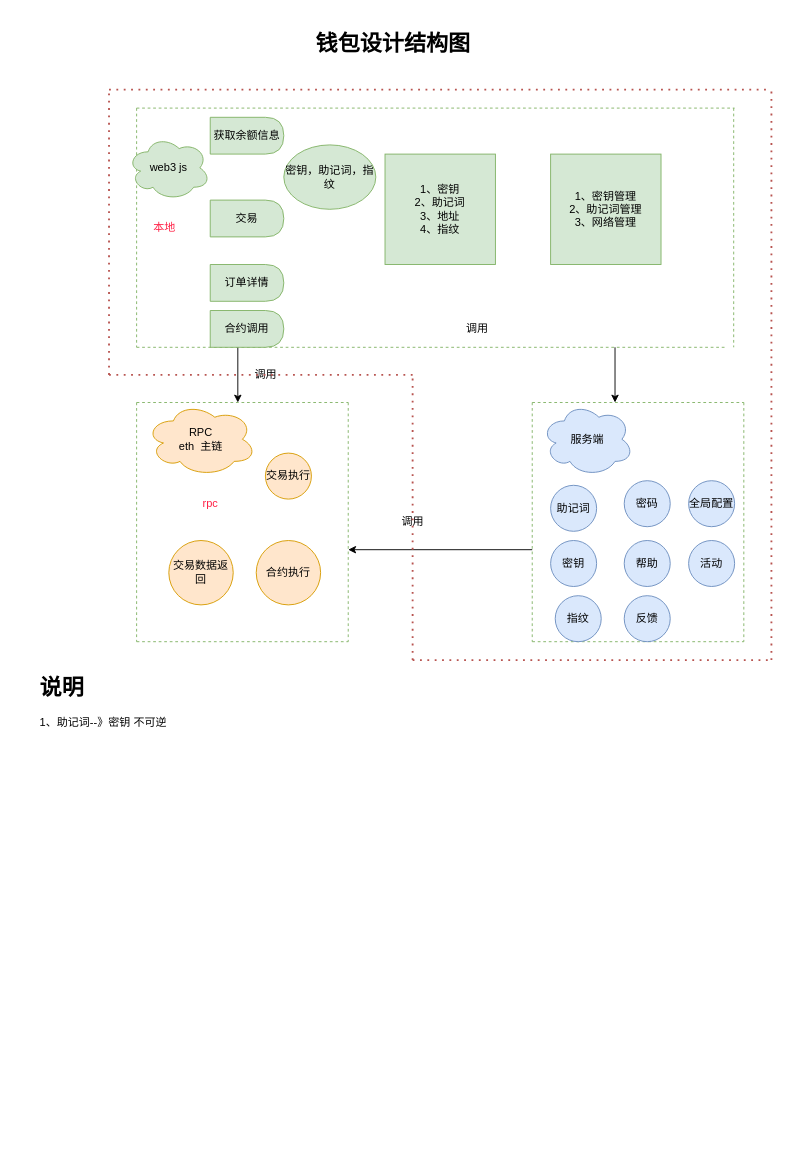
Before: Untitled Diagram.drawio in testzhaoxiaofei/pic, a draw.io diagram. Source tidied: cells renumbered, new cells numbered last; positions are measured from the earlier drawing's top-left corner, leaving out a move shared by most shapes. Both pictures are drawn from the tidied source at 92%, with x=0, y=0 at pixel (35, 25).
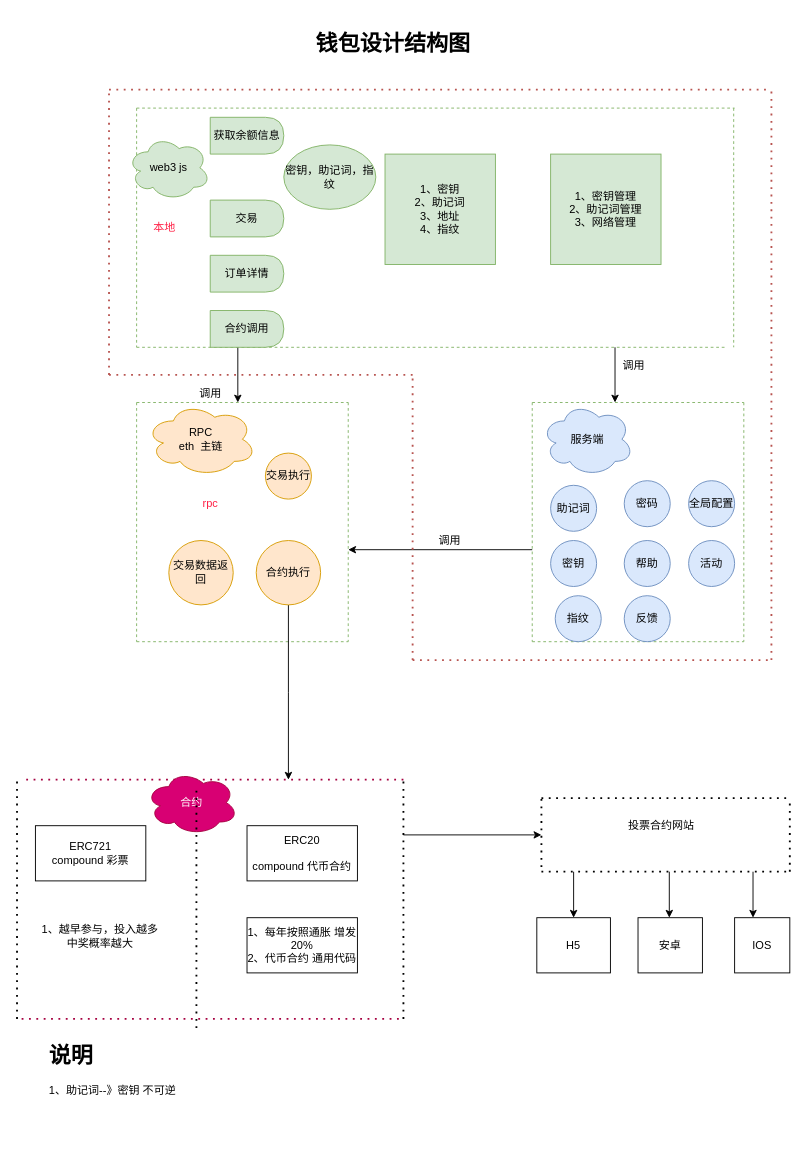
The same diagram, later.

The change refers to these unchanged cells:
```xml
<mxCell id="23" value="合约执行" style="ellipse;whiteSpace=wrap;html=1;fillColor=#ffe6cc;strokeColor=#d79b00;" parent="1" vertex="1">
  <mxGeometry x="240" y="560" width="70" height="70" as="geometry" />
</mxCell>
```

The edit, as a diff of the source:
```diff
@@
     <mxCell id="7" value="订单详情" style="shape=delay;whiteSpace=wrap;html=1;fillColor=#d5e8d4;strokeColor=#82b366;" parent="1" vertex="1">
-      <mxGeometry x="190" y="260" width="80" height="40" as="geometry" />
+      <mxGeometry x="190" y="250" width="80" height="40" as="geometry" />
     </mxCell>
@@
     <mxCell id="20" value="调用" style="text;html=1;align=center;verticalAlign=middle;" parent="1" vertex="1">
-      <mxGeometry x="230" y="370" width="40" height="20" as="geometry" />
+      <mxGeometry x="170" y="390" width="40" height="20" as="geometry" />
     </mxCell>
@@
+    <mxCell id="51" style="edgeStyle=orthogonalEdgeStyle;rounded=0;jettySize=auto;html=1;" parent="1" edge="1" source="23">
+      <mxGeometry relative="1" as="geometry">
+        <mxPoint x="275" y="820" as="targetPoint" />
+      </mxGeometry>
+    </mxCell>
@@
-    <mxCell id="31" value="调用" style="text;html=1;align=center;verticalAlign=middle;" parent="1" vertex="1">
-      <mxGeometry x="460" y="320" width="40" height="20" as="geometry" />
-    </mxCell>
@@
     <mxCell id="36" value="调用" style="text;html=1;align=center;verticalAlign=middle;" parent="1" vertex="1">
-      <mxGeometry x="390" y="530" width="40" height="20" as="geometry" />
+      <mxGeometry x="430" y="550" width="40" height="20" as="geometry" />
     </mxCell>
@@
     <mxCell id="50" value="&lt;h1&gt;说明&lt;/h1&gt;&lt;p&gt;1、助记词--》密钥 不可逆&lt;/p&gt;&lt;p&gt;&lt;br&gt;&lt;/p&gt;" style="text;html=1;strokeColor=none;fillColor=none;spacing=5;spacingTop=-20;whiteSpace=wrap;overflow=hidden;rounded=0;" parent="1" vertex="1">
-      <mxGeometry y="700" width="190" height="120" as="geometry" />
+      <mxGeometry x="10" y="1100" width="190" height="120" as="geometry" />
     </mxCell>
+    <mxCell id="31" value="调用" style="text;html=1;align=center;verticalAlign=middle;" parent="1" vertex="1">
+      <mxGeometry x="630" y="360" width="40" height="20" as="geometry" />
+    </mxCell>
+    <mxCell id="52" style="endArrow=none;dashed=1;html=1;dashPattern=1 3;strokeWidth=2;fillColor=#d80073;strokeColor=#A50040;" parent="1" edge="1">
+      <mxGeometry relative="1" as="geometry">
+        <mxPoint x="-10" y="820" as="sourcePoint" />
+        <mxPoint x="400" y="820" as="targetPoint" />
+      </mxGeometry>
+    </mxCell>
+    <mxCell id="53" style="endArrow=none;dashed=1;html=1;dashPattern=1 3;strokeWidth=2;" parent="1" edge="1">
+      <mxGeometry relative="1" as="geometry">
+        <mxPoint x="400" y="1080" as="sourcePoint" />
+        <mxPoint x="400" y="820" as="targetPoint" />
+      </mxGeometry>
+    </mxCell>
+    <mxCell id="54" style="endArrow=none;dashed=1;html=1;dashPattern=1 3;strokeWidth=2;fillColor=#d80073;strokeColor=#A50040;" parent="1" edge="1">
+      <mxGeometry relative="1" as="geometry">
+        <mxPoint x="-15" y="1080" as="sourcePoint" />
+        <mxPoint x="395" y="1080" as="targetPoint" />
+      </mxGeometry>
+    </mxCell>
+    <mxCell id="55" style="endArrow=none;dashed=1;html=1;dashPattern=1 3;strokeWidth=2;" parent="1" edge="1">
+      <mxGeometry relative="1" as="geometry">
+        <mxPoint x="-20" y="1080" as="sourcePoint" />
+        <mxPoint x="-20" y="820" as="targetPoint" />
+      </mxGeometry>
+    </mxCell>
+    <mxCell id="56" value="合约" style="ellipse;shape=cloud;whiteSpace=wrap;html=1;fillColor=#d80073;strokeColor=#A50040;fontColor=#ffffff;" parent="1" vertex="1">
+      <mxGeometry x="120" y="810" width="100" height="70" as="geometry" />
+    </mxCell>
+    <mxCell id="57" style="endArrow=none;dashed=1;html=1;dashPattern=1 3;strokeWidth=2;" parent="1" edge="1">
+      <mxGeometry relative="1" as="geometry">
+        <mxPoint x="175" y="1090" as="sourcePoint" />
+        <mxPoint x="175" y="830" as="targetPoint" />
+      </mxGeometry>
+    </mxCell>
+    <mxCell id="58" value="ERC20&lt;br&gt;&lt;br&gt;compound 代币合约" style="whiteSpace=wrap;html=1;" parent="1" vertex="1">
+      <mxGeometry x="230" y="870" width="120" height="60" as="geometry" />
+    </mxCell>
+    <mxCell id="59" value="ERC721&lt;br&gt;compound 彩票" style="whiteSpace=wrap;html=1;" parent="1" vertex="1">
+      <mxGeometry y="870" width="120" height="60" as="geometry" />
+    </mxCell>
+    <mxCell id="60" value="1、每年按照通胀 增发 20%&lt;br&gt;2、代币合约 通用代码" style="whiteSpace=wrap;html=1;" parent="1" vertex="1">
+      <mxGeometry x="230" y="970" width="120" height="60" as="geometry" />
+    </mxCell>
+    <mxCell id="61" value="1、越早参与，投入越多 &lt;br&gt;中奖概率越大" style="text;html=1;align=center;verticalAlign=middle;" parent="1" vertex="1">
+      <mxGeometry y="975" width="140" height="30" as="geometry" />
+    </mxCell>
+    <mxCell id="62" style="endArrow=none;dashed=1;html=1;dashPattern=1 3;strokeWidth=2;" parent="1" edge="1">
+      <mxGeometry relative="1" as="geometry">
+        <mxPoint x="550" y="840" as="sourcePoint" />
+        <mxPoint x="820" y="840" as="targetPoint" />
+      </mxGeometry>
+    </mxCell>
+    <mxCell id="63" style="endArrow=none;dashed=1;html=1;dashPattern=1 3;strokeWidth=2;" parent="1" edge="1">
+      <mxGeometry relative="1" as="geometry">
+        <mxPoint x="550" y="915" as="sourcePoint" />
+        <mxPoint x="550" y="840" as="targetPoint" />
+      </mxGeometry>
+    </mxCell>
+    <mxCell id="64" style="endArrow=none;dashed=1;html=1;dashPattern=1 3;strokeWidth=2;" parent="1" edge="1">
+      <mxGeometry relative="1" as="geometry">
+        <mxPoint x="820" y="920" as="sourcePoint" />
+        <mxPoint x="820" y="840" as="targetPoint" />
+        <Array as="points">
+          <mxPoint x="820" y="910" />
+        </Array>
+      </mxGeometry>
+    </mxCell>
+    <mxCell id="65" style="endArrow=none;dashed=1;html=1;dashPattern=1 3;strokeWidth=2;" parent="1" edge="1">
+      <mxGeometry relative="1" as="geometry">
+        <mxPoint x="550" y="920" as="sourcePoint" />
+        <mxPoint x="820" y="920" as="targetPoint" />
+        <Array as="points">
+          <mxPoint x="650" y="920" />
+        </Array>
+      </mxGeometry>
+    </mxCell>
+    <mxCell id="66" value="投票合约网站" style="text;html=1;align=center;verticalAlign=middle;" parent="1" vertex="1">
+      <mxGeometry x="635" y="860" width="90" height="20" as="geometry" />
+    </mxCell>
+    <mxCell id="67" style="endArrow=classic;html=1;" parent="1" edge="1">
+      <mxGeometry relative="1" as="geometry">
+        <mxPoint x="400" y="880" as="sourcePoint" />
+        <mxPoint x="550" y="880" as="targetPoint" />
+      </mxGeometry>
+    </mxCell>
+    <mxCell id="68" value="H5" style="rounded=0;whiteSpace=wrap;html=1;" parent="1" vertex="1">
+      <mxGeometry x="545" y="970" width="80" height="60" as="geometry" />
+    </mxCell>
+    <mxCell id="69" value="安卓" style="rounded=0;whiteSpace=wrap;html=1;" parent="1" vertex="1">
+      <mxGeometry x="655" y="970" width="70" height="60" as="geometry" />
+    </mxCell>
+    <mxCell id="70" value="IOS" style="rounded=0;whiteSpace=wrap;html=1;" parent="1" vertex="1">
+      <mxGeometry x="760" y="970" width="60" height="60" as="geometry" />
+    </mxCell>
+    <mxCell id="71" style="endArrow=classic;html=1;entryX=0.5;entryY=0;entryDx=0;entryDy=0;" parent="1" edge="1" target="68">
+      <mxGeometry relative="1" as="geometry">
+        <mxPoint x="585" y="920" as="sourcePoint" />
+      </mxGeometry>
+    </mxCell>
+    <mxCell id="72" style="endArrow=classic;html=1;entryX=0.5;entryY=0;entryDx=0;entryDy=0;" parent="1" edge="1">
+      <mxGeometry relative="1" as="geometry">
+        <mxPoint x="689" y="920" as="sourcePoint" />
+        <mxPoint x="689" y="970" as="targetPoint" />
+      </mxGeometry>
+    </mxCell>
+    <mxCell id="73" style="endArrow=classic;html=1;entryX=0.5;entryY=0;entryDx=0;entryDy=0;" parent="1" edge="1">
+      <mxGeometry relative="1" as="geometry">
+        <mxPoint x="780" y="920" as="sourcePoint" />
+        <mxPoint x="780" y="970" as="targetPoint" />
+      </mxGeometry>
+    </mxCell>
```
